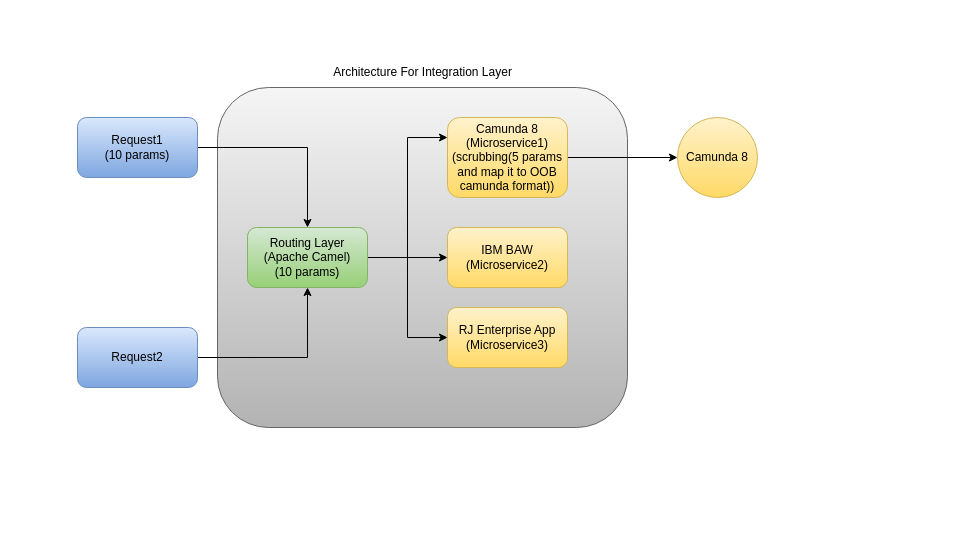
This is RJ-Integration-Layer-Architecture.drawio from namanchopra21087/design-documents, a draw.io file, before an edit. Source tidied: cells renumbered, new cells numbered last; positions are measured from the earlier drawing's top-left corner, leaving out a move shared by most shapes. Both pictures are drawn from the tidied source at 100%, with x=0, y=0 at pixel (17, 17).
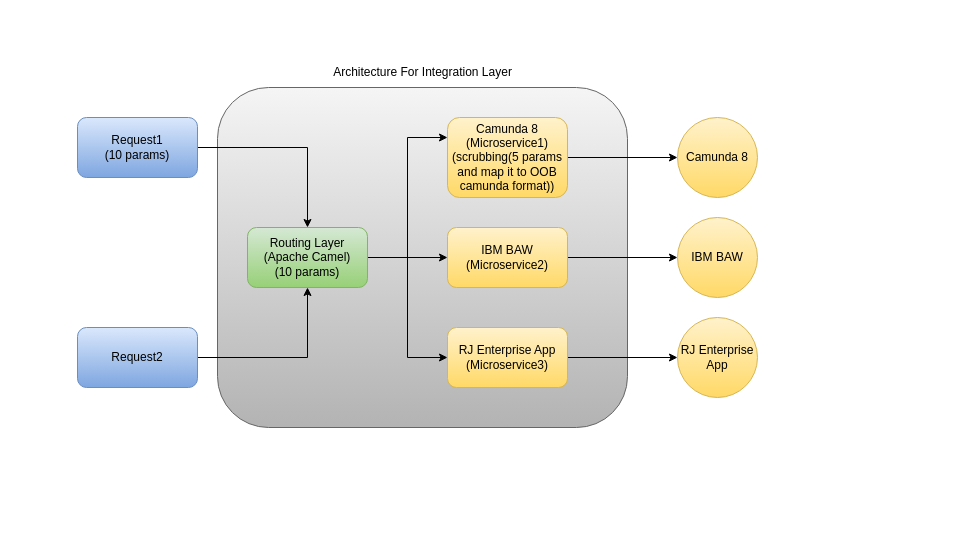
Above is the later version.

Unchanged cells that the change refers to:
```xml
<mxCell id="9" value="IBM BAW&lt;br&gt;(Microservice2)" style="rounded=1;whiteSpace=wrap;html=1;fillColor=#fff2cc;gradientColor=#ffd966;strokeColor=#d6b656;" parent="1" vertex="1">
  <mxGeometry x="430" y="210" width="120" height="60" as="geometry" />
</mxCell>
```

Diff of the diagram source:
```diff
@@
+    <mxCell id="21" style="edgeStyle=orthogonalEdgeStyle;rounded=0;jettySize=auto;html=1;" parent="1" edge="1" source="9" target="24">
+      <mxGeometry relative="1" as="geometry" />
+    </mxCell>
@@
+    <mxCell id="22" style="edgeStyle=orthogonalEdgeStyle;rounded=0;jettySize=auto;html=1;" parent="1" edge="1" source="10" target="25">
+      <mxGeometry relative="1" as="geometry" />
+    </mxCell>
     <mxCell id="10" value="RJ Enterprise App&lt;br&gt;(Microservice3)" style="rounded=1;whiteSpace=wrap;html=1;fillColor=#fff2cc;gradientColor=#ffd966;strokeColor=#d6b656;" parent="1" vertex="1">
-      <mxGeometry x="430" y="290" width="120" height="60" as="geometry" />
+      <mxGeometry x="430" y="310" width="120" height="60" as="geometry" />
     </mxCell>
@@
+    <mxCell id="23" value="&amp;nbsp;&amp;nbsp;" style="text;html=1;align=center;verticalAlign=middle;whiteSpace=wrap;rounded=0;" parent="1" vertex="1">
+      <mxGeometry x="880" y="200" width="60" height="30" as="geometry" />
+    </mxCell>
+    <mxCell id="24" value="IBM BAW" style="ellipse;whiteSpace=wrap;html=1;fillColor=#fff2cc;strokeColor=#d6b656;rounded=1;gradientColor=#ffd966;" parent="1" vertex="1">
+      <mxGeometry x="660" y="200" width="80" height="80" as="geometry" />
+    </mxCell>
+    <mxCell id="25" value="RJ Enterprise App" style="ellipse;whiteSpace=wrap;html=1;fillColor=#fff2cc;strokeColor=#d6b656;rounded=1;gradientColor=#ffd966;" parent="1" vertex="1">
+      <mxGeometry x="660" y="300" width="80" height="80" as="geometry" />
+    </mxCell>
```
